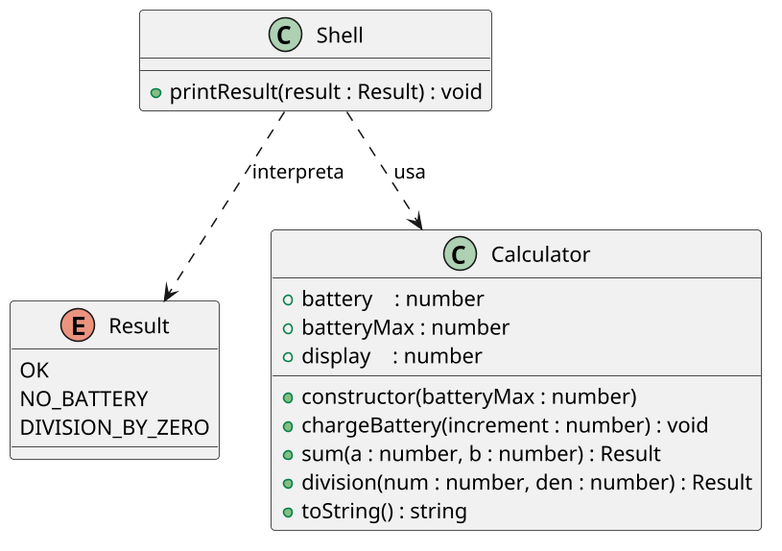
Before: labs/calculadora/assets/diagrama.png, a diagram exported from PlantUML (qxcodepoo/arcade).
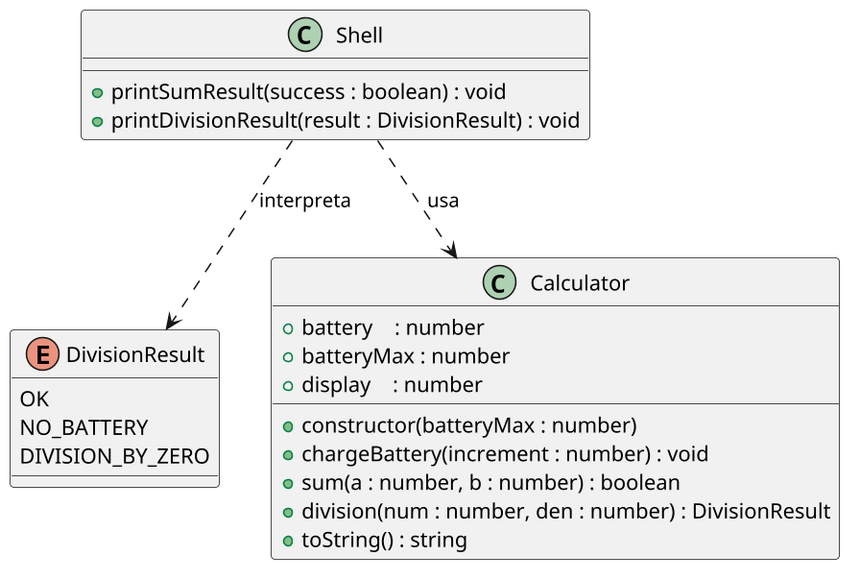
The same file after the commit.

What changed in the source:
```diff
@@ -3,7 +3,7 @@
 skinparam defaultFontName "Source Code Pro"
 skinparam dpi 150
 
-enum Result {
+enum DivisionResult {
   OK
   NO_BATTERY
   DIVISION_BY_ZERO
@@ -16,17 +16,18 @@
   __
   + constructor(batteryMax : number)
   + chargeBattery(increment : number) : void
-  + sum(a : number, b : number) : Result
-  + division(num : number, den : number) : Result
+  + sum(a : number, b : number) : boolean
+  + division(num : number, den : number) : DivisionResult
   + toString() : string
 }
 
 class Shell {
   __
-  + printResult(result : Result) : void
+  + printSumResult(success : boolean) : void
+  + printDivisionResult(result : DivisionResult) : void
 }
 
 Shell ..> Calculator : usa
-Shell ..> Result : interpreta
+Shell ..> DivisionResult : interpreta
 
 @enduml
```
